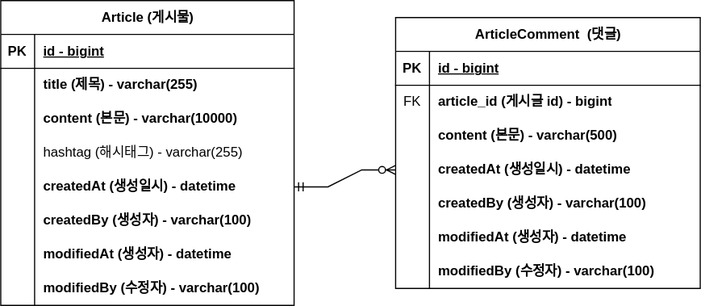
Above: document/project-board-erd.svg in HolyPaper/fastcampus-project-board (draw.io), before the change. Source tidied: cells renumbered, new cells last; positions are measured from the earlier drawing's top-left corner, leaving out a move shared by most shapes.
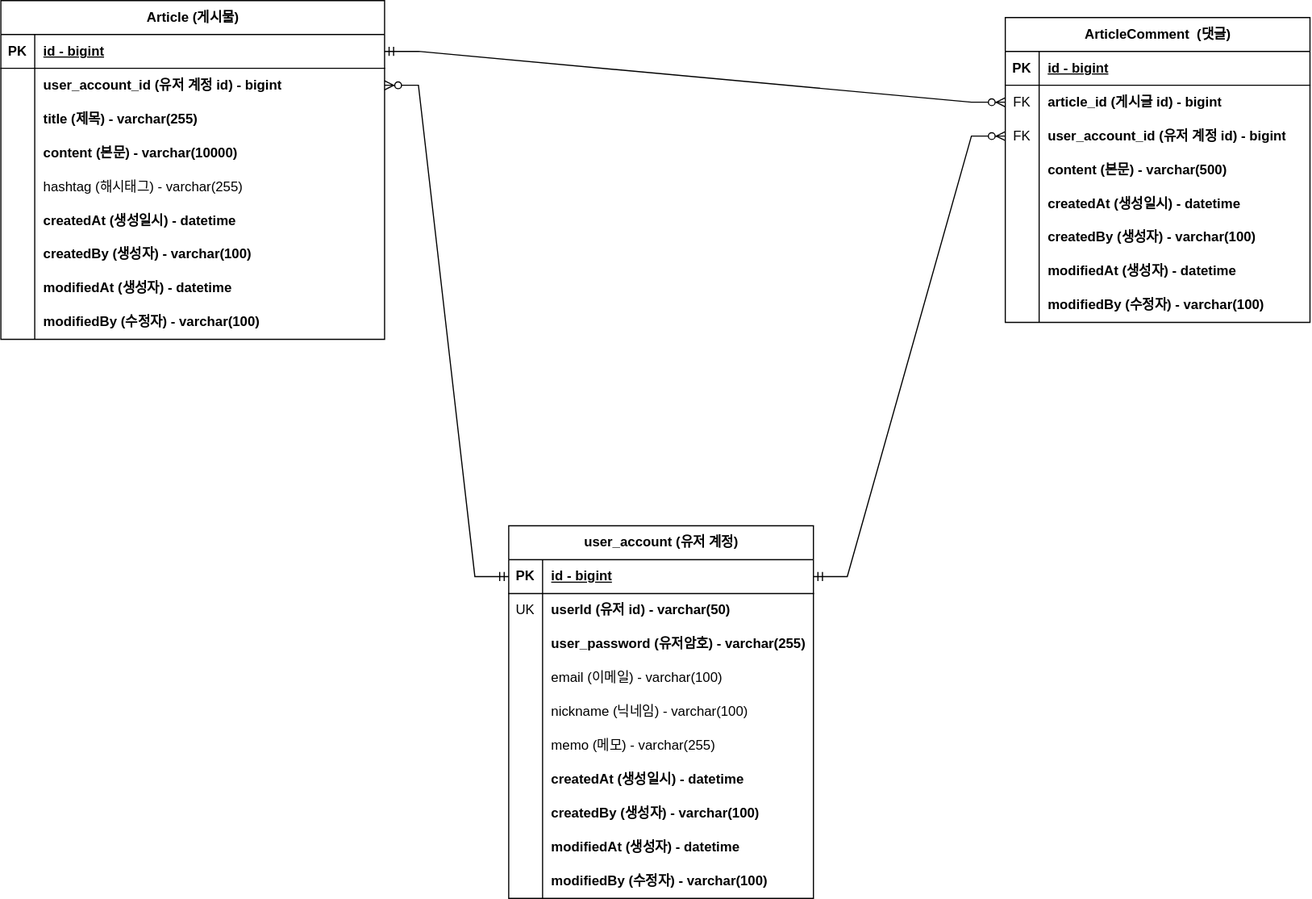
After the commit.

Commit message:
회원 계정 도메인 구현 및 erd 반영

Change to the diagram source:
```diff
@@ -5,6 +5,6 @@
     <mxCell id="2" value="Article (게시물)" style="shape=table;startSize=30;rowLines=0;fontStyle=1;align=center;html=1;" parent="1" vertex="1">
-      <mxGeometry width="260" height="270" as="geometry" />
+      <mxGeometry x="-240" y="-125" width="340" height="300" as="geometry" />
     </mxCell>
     <mxCell id="3" style="shape=tableRow;horizontal=0;startSize=0;swimlaneHead=0;swimlaneBody=0;fillColor=none;points=[[0,0.5],[1,0.5]];portConstraint=eastwest;top=0;left=0;right=0;bottom=1;" parent="2" vertex="1">
-      <mxGeometry y="30" width="260" height="30" as="geometry" />
+      <mxGeometry y="30" width="340" height="30" as="geometry" />
     </mxCell>
@@ -13,7 +13,16 @@
     </mxCell>
-    <mxCell id="5" value="id - bigint" style="shape=partialRectangle;fillColor=none;top=0;left=0;bottom=0;right=0;align=left;spacingLeft=6;fontStyle=5;overflow=hidden;whiteSpace=wrap;html=1;" parent="3" vertex="1">
-      <mxGeometry x="30" width="230" height="30" as="geometry" />
+    <mxCell id="5" value="id - bigint" style="shape=partialRectangle;fillColor=none;top=0;left=0;bottom=0;right=0;align=left;spacingLeft=6;fontStyle=5;overflow=hidden;whiteSpace=wrap;html=1;strokeColor=#994C00;" parent="3" vertex="1">
+      <mxGeometry x="30" width="310" height="30" as="geometry" />
     </mxCell>
+    <mxCell id="50" style="shape=tableRow;horizontal=0;startSize=0;swimlaneHead=0;swimlaneBody=0;fillColor=none;points=[[0,0.5],[1,0.5]];portConstraint=eastwest;top=0;left=0;right=0;bottom=0;" parent="2" vertex="1">
+      <mxGeometry y="60" width="340" height="30" as="geometry" />
+    </mxCell>
+    <mxCell id="51" style="shape=partialRectangle;fillColor=none;top=0;left=0;bottom=0;right=0;overflow=hidden;whiteSpace=wrap;html=1;" parent="50" vertex="1">
+      <mxGeometry width="30" height="30" as="geometry" />
+    </mxCell>
+    <mxCell id="52" value="user_account_id (유저 계정 id) - bigint" style="shape=partialRectangle;fillColor=none;top=0;left=0;bottom=0;right=0;align=left;spacingLeft=6;overflow=hidden;whiteSpace=wrap;html=1;fontStyle=1;" parent="50" vertex="1">
+      <mxGeometry x="30" width="310" height="30" as="geometry" />
+    </mxCell>
     <mxCell id="6" style="shape=tableRow;horizontal=0;startSize=0;swimlaneHead=0;swimlaneBody=0;fillColor=none;top=0;left=0;right=0;bottom=0;" parent="2" vertex="1">
-      <mxGeometry y="60" width="260" height="30" as="geometry" />
+      <mxGeometry y="90" width="340" height="30" as="geometry" />
     </mxCell>
@@ -23,6 +32,6 @@
     <mxCell id="8" value="title (제목) - varchar(255)" style="shape=partialRectangle;fillColor=none;top=0;left=0;bottom=0;right=0;align=left;spacingLeft=6;overflow=hidden;whiteSpace=wrap;html=1;fontStyle=1;" parent="6" vertex="1">
-      <mxGeometry x="30" width="230" height="30" as="geometry" />
+      <mxGeometry x="30" width="310" height="30" as="geometry" />
     </mxCell>
     <mxCell id="9" style="shape=tableRow;horizontal=0;startSize=0;swimlaneHead=0;swimlaneBody=0;fillColor=none;top=0;left=0;right=0;bottom=0;" parent="2" vertex="1">
-      <mxGeometry y="90" width="260" height="30" as="geometry" />
+      <mxGeometry y="120" width="340" height="30" as="geometry" />
     </mxCell>
@@ -32,6 +41,6 @@
     <mxCell id="11" value="content (본문) - varchar(10000)" style="shape=partialRectangle;fillColor=none;top=0;left=0;bottom=0;right=0;align=left;spacingLeft=6;overflow=hidden;whiteSpace=wrap;html=1;fontStyle=1;" parent="9" vertex="1">
-      <mxGeometry x="30" width="230" height="30" as="geometry" />
+      <mxGeometry x="30" width="310" height="30" as="geometry" />
     </mxCell>
     <mxCell id="12" style="shape=tableRow;horizontal=0;startSize=0;swimlaneHead=0;swimlaneBody=0;fillColor=none;top=0;left=0;right=0;bottom=0;" parent="2" vertex="1">
-      <mxGeometry y="120" width="260" height="30" as="geometry" />
+      <mxGeometry y="150" width="340" height="30" as="geometry" />
     </mxCell>
@@ -41,6 +50,6 @@
     <mxCell id="14" value="hashtag (해시태그) - varchar(255)" style="shape=partialRectangle;fillColor=none;top=0;left=0;bottom=0;right=0;align=left;spacingLeft=6;overflow=hidden;whiteSpace=wrap;html=1;" parent="12" vertex="1">
-      <mxGeometry x="30" width="230" height="30" as="geometry" />
+      <mxGeometry x="30" width="310" height="30" as="geometry" />
     </mxCell>
     <mxCell id="15" style="shape=tableRow;horizontal=0;startSize=0;swimlaneHead=0;swimlaneBody=0;fillColor=none;points=[[0,0.5],[1,0.5]];portConstraint=eastwest;top=0;left=0;right=0;bottom=0;fontStyle=1;" parent="2" vertex="1">
-      <mxGeometry y="150" width="260" height="30" as="geometry" />
+      <mxGeometry y="180" width="340" height="30" as="geometry" />
     </mxCell>
@@ -50,6 +59,6 @@
     <mxCell id="17" value="createdAt (생성일시) - datetime" style="shape=partialRectangle;fillColor=none;top=0;left=0;bottom=0;right=0;align=left;spacingLeft=6;overflow=hidden;whiteSpace=wrap;html=1;fontStyle=1;" parent="15" vertex="1">
-      <mxGeometry x="30" width="230" height="30" as="geometry" />
+      <mxGeometry x="30" width="310" height="30" as="geometry" />
     </mxCell>
     <mxCell id="18" style="shape=tableRow;horizontal=0;startSize=0;swimlaneHead=0;swimlaneBody=0;fillColor=none;top=0;left=0;right=0;bottom=0;" parent="2" vertex="1">
-      <mxGeometry y="180" width="260" height="30" as="geometry" />
+      <mxGeometry y="210" width="340" height="30" as="geometry" />
     </mxCell>
@@ -59,6 +68,6 @@
     <mxCell id="20" value="createdBy (생성자) - varchar(100)" style="shape=partialRectangle;fillColor=none;top=0;left=0;bottom=0;right=0;align=left;spacingLeft=6;overflow=hidden;whiteSpace=wrap;html=1;fontStyle=1;" parent="18" vertex="1">
-      <mxGeometry x="30" width="230" height="30" as="geometry" />
+      <mxGeometry x="30" width="310" height="30" as="geometry" />
     </mxCell>
     <mxCell id="21" style="shape=tableRow;horizontal=0;startSize=0;swimlaneHead=0;swimlaneBody=0;fillColor=none;top=0;left=0;right=0;bottom=0;" parent="2" vertex="1">
-      <mxGeometry y="210" width="260" height="30" as="geometry" />
+      <mxGeometry y="240" width="340" height="30" as="geometry" />
     </mxCell>
@@ -68,6 +77,6 @@
     <mxCell id="23" value="modifiedAt (생성자) - datetime" style="shape=partialRectangle;fillColor=none;top=0;left=0;bottom=0;right=0;align=left;spacingLeft=6;overflow=hidden;whiteSpace=wrap;html=1;fontStyle=1;" parent="21" vertex="1">
-      <mxGeometry x="30" width="230" height="30" as="geometry" />
+      <mxGeometry x="30" width="310" height="30" as="geometry" />
     </mxCell>
     <mxCell id="24" style="shape=tableRow;horizontal=0;startSize=0;swimlaneHead=0;swimlaneBody=0;fillColor=none;top=0;left=0;right=0;bottom=0;" parent="2" vertex="1">
-      <mxGeometry y="240" width="260" height="30" as="geometry" />
+      <mxGeometry y="270" width="340" height="30" as="geometry" />
     </mxCell>
@@ -77,6 +86,6 @@
     <mxCell id="26" value="modifiedBy (수정자) - varchar(100)" style="shape=partialRectangle;fillColor=none;top=0;left=0;bottom=0;right=0;align=left;spacingLeft=6;overflow=hidden;whiteSpace=wrap;html=1;fontStyle=1;" parent="24" vertex="1">
-      <mxGeometry x="30" width="230" height="30" as="geometry" />
+      <mxGeometry x="30" width="310" height="30" as="geometry" />
     </mxCell>
     <mxCell id="27" value="ArticleComment&amp;nbsp; (댓글)" style="shape=table;startSize=30;rowLines=0;fontStyle=1;align=center;html=1;" parent="1" vertex="1">
-      <mxGeometry x="350" y="15" width="270" height="240" as="geometry" />
+      <mxGeometry x="650" y="-110" width="270" height="270" as="geometry" />
     </mxCell>
@@ -100,4 +109,13 @@
     </mxCell>
+    <mxCell id="53" style="shape=tableRow;horizontal=0;startSize=0;swimlaneHead=0;swimlaneBody=0;fillColor=none;points=[[0,0.5],[1,0.5]];portConstraint=eastwest;top=0;left=0;right=0;bottom=0;" parent="27" vertex="1">
+      <mxGeometry y="90" width="270" height="30" as="geometry" />
+    </mxCell>
+    <mxCell id="54" value="FK" style="shape=partialRectangle;fillColor=none;top=0;left=0;bottom=0;right=0;overflow=hidden;whiteSpace=wrap;html=1;" parent="53" vertex="1">
+      <mxGeometry width="30" height="30" as="geometry" />
+    </mxCell>
+    <mxCell id="55" value="user_account_id (유저 계정 id) - bigint" style="shape=partialRectangle;fillColor=none;top=0;left=0;bottom=0;right=0;align=left;spacingLeft=6;overflow=hidden;whiteSpace=wrap;html=1;fontStyle=1;" parent="53" vertex="1">
+      <mxGeometry x="30" width="240" height="30" as="geometry" />
+    </mxCell>
     <mxCell id="34" style="shape=tableRow;horizontal=0;startSize=0;swimlaneHead=0;swimlaneBody=0;fillColor=none;top=0;left=0;right=0;bottom=0;" parent="27" vertex="1">
-      <mxGeometry y="90" width="270" height="30" as="geometry" />
+      <mxGeometry y="120" width="270" height="30" as="geometry" />
     </mxCell>
@@ -110,3 +128,3 @@
     <mxCell id="37" style="shape=tableRow;horizontal=0;startSize=0;swimlaneHead=0;swimlaneBody=0;fillColor=none;points=[[0,0.5],[1,0.5]];portConstraint=eastwest;top=0;left=0;right=0;bottom=0;" parent="27" vertex="1">
-      <mxGeometry y="120" width="270" height="30" as="geometry" />
+      <mxGeometry y="150" width="270" height="30" as="geometry" />
     </mxCell>
@@ -119,3 +137,3 @@
     <mxCell id="40" style="shape=tableRow;horizontal=0;startSize=0;swimlaneHead=0;swimlaneBody=0;fillColor=none;top=0;left=0;right=0;bottom=0;" parent="27" vertex="1">
-      <mxGeometry y="150" width="270" height="30" as="geometry" />
+      <mxGeometry y="180" width="270" height="30" as="geometry" />
     </mxCell>
@@ -128,3 +146,3 @@
     <mxCell id="43" style="shape=tableRow;horizontal=0;startSize=0;swimlaneHead=0;swimlaneBody=0;fillColor=none;top=0;left=0;right=0;bottom=0;" parent="27" vertex="1">
-      <mxGeometry y="180" width="270" height="30" as="geometry" />
+      <mxGeometry y="210" width="270" height="30" as="geometry" />
     </mxCell>
@@ -137,3 +155,3 @@
     <mxCell id="46" style="shape=tableRow;horizontal=0;startSize=0;swimlaneHead=0;swimlaneBody=0;fillColor=none;top=0;left=0;right=0;bottom=0;" parent="27" vertex="1">
-      <mxGeometry y="210" width="270" height="30" as="geometry" />
+      <mxGeometry y="240" width="270" height="30" as="geometry" />
     </mxCell>
@@ -145,3 +163,3 @@
     </mxCell>
-    <mxCell id="49" style="edgeStyle=entityRelationEdgeStyle;fontSize=12;html=1;endArrow=ERzeroToMany;startArrow=ERmandOne;rounded=0;exitX=1;exitY=0.5;exitDx=0;exitDy=0;" parent="1" edge="1" source="15" target="37">
+    <mxCell id="49" style="edgeStyle=entityRelationEdgeStyle;fontSize=12;html=1;endArrow=ERzeroToMany;startArrow=ERmandOne;rounded=0;exitX=1;exitY=0.5;exitDx=0;exitDy=0;entryX=0;entryY=0.5;entryDx=0;entryDy=0;" parent="1" edge="1" source="3" target="31">
       <mxGeometry relative="1" as="geometry">
@@ -149,2 +167,3 @@
           <mxPoint x="231" y="170" />
+          <mxPoint x="380" y="-140" />
           <mxPoint x="341" y="230" />
@@ -158,2 +177,121 @@
     </mxCell>
+    <mxCell id="56" value="user_account (유저 계정)" style="shape=table;startSize=30;rowLines=0;fontStyle=1;align=center;html=1;" parent="1" vertex="1">
+      <mxGeometry x="210" y="340" width="270" height="330" as="geometry" />
+    </mxCell>
+    <mxCell id="57" style="shape=tableRow;horizontal=0;startSize=0;swimlaneHead=0;swimlaneBody=0;fillColor=none;points=[[0,0.5],[1,0.5]];portConstraint=eastwest;top=0;left=0;right=0;bottom=1;" parent="56" vertex="1">
+      <mxGeometry y="30" width="270" height="30" as="geometry" />
+    </mxCell>
+    <mxCell id="58" value="PK" style="shape=partialRectangle;fillColor=none;top=0;left=0;bottom=0;right=0;fontStyle=1;overflow=hidden;whiteSpace=wrap;html=1;" parent="57" vertex="1">
+      <mxGeometry width="30" height="30" as="geometry" />
+    </mxCell>
+    <mxCell id="59" value="id - bigint" style="shape=partialRectangle;fillColor=none;top=0;left=0;bottom=0;right=0;align=left;spacingLeft=6;fontStyle=5;overflow=hidden;whiteSpace=wrap;html=1;" parent="57" vertex="1">
+      <mxGeometry x="30" width="240" height="30" as="geometry" />
+    </mxCell>
+    <mxCell id="60" style="shape=tableRow;horizontal=0;startSize=0;swimlaneHead=0;swimlaneBody=0;fillColor=none;top=0;left=0;right=0;bottom=0;" parent="56" vertex="1">
+      <mxGeometry y="60" width="270" height="30" as="geometry" />
+    </mxCell>
+    <mxCell id="61" value="UK" style="shape=partialRectangle;fillColor=none;top=0;left=0;bottom=0;right=0;overflow=hidden;whiteSpace=wrap;html=1;" parent="60" vertex="1">
+      <mxGeometry width="30" height="30" as="geometry" />
+    </mxCell>
+    <mxCell id="62" value="userId (유저 id) - varchar(50)" style="shape=partialRectangle;fillColor=none;top=0;left=0;bottom=0;right=0;align=left;spacingLeft=6;overflow=hidden;whiteSpace=wrap;html=1;fontStyle=1;" parent="60" vertex="1">
+      <mxGeometry x="30" width="240" height="30" as="geometry" />
+    </mxCell>
+    <mxCell id="63" style="shape=tableRow;horizontal=0;startSize=0;swimlaneHead=0;swimlaneBody=0;fillColor=none;top=0;left=0;right=0;bottom=0;" parent="56" vertex="1">
+      <mxGeometry y="90" width="270" height="30" as="geometry" />
+    </mxCell>
+    <mxCell id="64" style="shape=partialRectangle;fillColor=none;top=0;left=0;bottom=0;right=0;overflow=hidden;whiteSpace=wrap;html=1;" parent="63" vertex="1">
+      <mxGeometry width="30" height="30" as="geometry" />
+    </mxCell>
+    <mxCell id="65" value="user_password (유저암호) - varchar(255)" style="shape=partialRectangle;fillColor=none;top=0;left=0;bottom=0;right=0;align=left;spacingLeft=6;overflow=hidden;whiteSpace=wrap;html=1;fontStyle=1;" parent="63" vertex="1">
+      <mxGeometry x="30" width="240" height="30" as="geometry" />
+    </mxCell>
+    <mxCell id="66" style="shape=tableRow;horizontal=0;startSize=0;swimlaneHead=0;swimlaneBody=0;fillColor=none;top=0;left=0;right=0;bottom=0;" parent="56" vertex="1">
+      <mxGeometry y="120" width="270" height="30" as="geometry" />
+    </mxCell>
+    <mxCell id="67" style="shape=partialRectangle;fillColor=none;top=0;left=0;bottom=0;right=0;overflow=hidden;whiteSpace=wrap;html=1;" parent="66" vertex="1">
+      <mxGeometry width="30" height="30" as="geometry" />
+    </mxCell>
+    <mxCell id="68" value="email (이메일) - varchar(100)" style="shape=partialRectangle;fillColor=none;top=0;left=0;bottom=0;right=0;align=left;spacingLeft=6;overflow=hidden;whiteSpace=wrap;html=1;fontStyle=0;" parent="66" vertex="1">
+      <mxGeometry x="30" width="240" height="30" as="geometry" />
+    </mxCell>
+    <mxCell id="69" style="shape=tableRow;horizontal=0;startSize=0;swimlaneHead=0;swimlaneBody=0;fillColor=none;top=0;left=0;right=0;bottom=0;" parent="56" vertex="1">
+      <mxGeometry y="150" width="270" height="30" as="geometry" />
+    </mxCell>
+    <mxCell id="70" style="shape=partialRectangle;fillColor=none;top=0;left=0;bottom=0;right=0;overflow=hidden;whiteSpace=wrap;html=1;" parent="69" vertex="1">
+      <mxGeometry width="30" height="30" as="geometry" />
+    </mxCell>
+    <mxCell id="71" value="nickname (닉네임) - varchar(100)" style="shape=partialRectangle;fillColor=none;top=0;left=0;bottom=0;right=0;align=left;spacingLeft=6;overflow=hidden;whiteSpace=wrap;html=1;fontStyle=0;" parent="69" vertex="1">
+      <mxGeometry x="30" width="240" height="30" as="geometry" />
+    </mxCell>
+    <mxCell id="72" style="shape=tableRow;horizontal=0;startSize=0;swimlaneHead=0;swimlaneBody=0;fillColor=none;top=0;left=0;right=0;bottom=0;" parent="56" vertex="1">
+      <mxGeometry y="180" width="270" height="30" as="geometry" />
+    </mxCell>
+    <mxCell id="73" style="shape=partialRectangle;fillColor=none;top=0;left=0;bottom=0;right=0;overflow=hidden;whiteSpace=wrap;html=1;" parent="72" vertex="1">
+      <mxGeometry width="30" height="30" as="geometry" />
+    </mxCell>
+    <mxCell id="74" value="memo (메모) - varchar(255)" style="shape=partialRectangle;fillColor=none;top=0;left=0;bottom=0;right=0;align=left;spacingLeft=6;overflow=hidden;whiteSpace=wrap;html=1;fontStyle=0;" parent="72" vertex="1">
+      <mxGeometry x="30" width="240" height="30" as="geometry" />
+    </mxCell>
+    <mxCell id="75" style="shape=tableRow;horizontal=0;startSize=0;swimlaneHead=0;swimlaneBody=0;fillColor=none;top=0;left=0;right=0;bottom=0;" parent="56" vertex="1">
+      <mxGeometry y="210" width="270" height="30" as="geometry" />
+    </mxCell>
+    <mxCell id="76" style="shape=partialRectangle;fillColor=none;top=0;left=0;bottom=0;right=0;overflow=hidden;whiteSpace=wrap;html=1;" parent="75" vertex="1">
+      <mxGeometry width="30" height="30" as="geometry" />
+    </mxCell>
+    <mxCell id="77" value="createdAt (생성일시) - datetime" style="shape=partialRectangle;fillColor=none;top=0;left=0;bottom=0;right=0;align=left;spacingLeft=6;overflow=hidden;whiteSpace=wrap;html=1;fontStyle=1;" parent="75" vertex="1">
+      <mxGeometry x="30" width="240" height="30" as="geometry" />
+    </mxCell>
+    <mxCell id="78" style="shape=tableRow;horizontal=0;startSize=0;swimlaneHead=0;swimlaneBody=0;fillColor=none;top=0;left=0;right=0;bottom=0;" parent="56" vertex="1">
+      <mxGeometry y="240" width="270" height="30" as="geometry" />
+    </mxCell>
+    <mxCell id="79" style="shape=partialRectangle;fillColor=none;top=0;left=0;bottom=0;right=0;overflow=hidden;whiteSpace=wrap;html=1;" parent="78" vertex="1">
+      <mxGeometry width="30" height="30" as="geometry" />
+    </mxCell>
+    <mxCell id="80" value="createdBy (생성자) - varchar(100)" style="shape=partialRectangle;fillColor=none;top=0;left=0;bottom=0;right=0;align=left;spacingLeft=6;overflow=hidden;whiteSpace=wrap;html=1;fontStyle=1;" parent="78" vertex="1">
+      <mxGeometry x="30" width="240" height="30" as="geometry" />
+    </mxCell>
+    <mxCell id="81" style="shape=tableRow;horizontal=0;startSize=0;swimlaneHead=0;swimlaneBody=0;fillColor=none;top=0;left=0;right=0;bottom=0;" parent="56" vertex="1">
+      <mxGeometry y="270" width="270" height="30" as="geometry" />
+    </mxCell>
+    <mxCell id="82" style="shape=partialRectangle;fillColor=none;top=0;left=0;bottom=0;right=0;overflow=hidden;whiteSpace=wrap;html=1;" parent="81" vertex="1">
+      <mxGeometry width="30" height="30" as="geometry" />
+    </mxCell>
+    <mxCell id="83" value="modifiedAt (생성자) - datetime" style="shape=partialRectangle;fillColor=none;top=0;left=0;bottom=0;right=0;align=left;spacingLeft=6;overflow=hidden;whiteSpace=wrap;html=1;fontStyle=1;" parent="81" vertex="1">
+      <mxGeometry x="30" width="240" height="30" as="geometry" />
+    </mxCell>
+    <mxCell id="84" style="shape=tableRow;horizontal=0;startSize=0;swimlaneHead=0;swimlaneBody=0;fillColor=none;top=0;left=0;right=0;bottom=0;" parent="56" vertex="1">
+      <mxGeometry y="300" width="270" height="30" as="geometry" />
+    </mxCell>
+    <mxCell id="85" style="shape=partialRectangle;fillColor=none;top=0;left=0;bottom=0;right=0;overflow=hidden;whiteSpace=wrap;html=1;" parent="84" vertex="1">
+      <mxGeometry width="30" height="30" as="geometry" />
+    </mxCell>
+    <mxCell id="86" value="modifiedBy (수정자) - varchar(100)" style="shape=partialRectangle;fillColor=none;top=0;left=0;bottom=0;right=0;align=left;spacingLeft=6;overflow=hidden;whiteSpace=wrap;html=1;fontStyle=1;" parent="84" vertex="1">
+      <mxGeometry x="30" width="240" height="30" as="geometry" />
+    </mxCell>
+    <mxCell id="87" style="edgeStyle=entityRelationEdgeStyle;fontSize=12;html=1;endArrow=ERzeroToMany;startArrow=ERmandOne;rounded=0;exitX=0;exitY=0.5;exitDx=0;exitDy=0;entryX=1;entryY=0.5;entryDx=0;entryDy=0;" parent="1" edge="1" source="57" target="50">
+      <mxGeometry relative="1" as="geometry">
+        <Array as="points">
+          <mxPoint x="240" y="110" />
+          <mxPoint x="200" y="270" />
+          <mxPoint x="190" y="260" />
+        </Array>
+      </mxGeometry>
+    </mxCell>
+    <mxCell id="88" style="edgeStyle=entityRelationEdgeStyle;fontSize=12;html=1;endArrow=ERzeroToMany;startArrow=ERmandOne;rounded=0;exitX=1;exitY=0.5;exitDx=0;exitDy=0;entryX=0;entryY=0.5;entryDx=0;entryDy=0;" parent="1" edge="1" source="57" target="53">
+      <mxGeometry relative="1" as="geometry">
+        <Array as="points">
+          <mxPoint x="170" y="460" />
+          <mxPoint x="420" y="300" />
+          <mxPoint x="251" y="190" />
+          <mxPoint x="340" y="130" />
+          <mxPoint x="340" y="130" />
+          <mxPoint x="361" y="250" />
+          <mxPoint x="380" y="170" />
+          <mxPoint x="360" y="180" />
+          <mxPoint x="381" y="170" />
+          <mxPoint x="381" y="160" />
+          <mxPoint x="391" y="160" />
+        </Array>
+      </mxGeometry>
+    </mxCell>
   </root>
```
